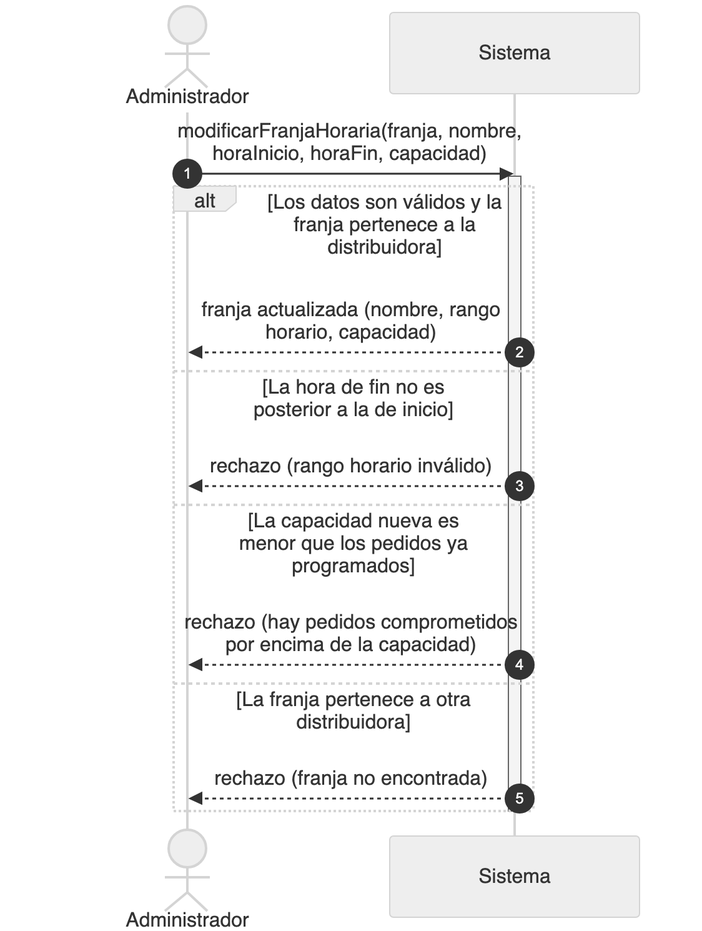
Above: diagramas/png/DSS_CU-043_Modificar-Capacidad-De-Franja-Horaria.png in Nahuelito-Dev/splg-docs (Mermaid), before the change. Its source is kept beside it as diagramas/DSS_CU-043_Modificar-Capacidad-De-Franja-Horaria.mmd. Source of this version:
```mermaid
sequenceDiagram
    title DSS — CU-043 Modificar Capacidad De Franja Horaria
    autonumber
    actor ADM as Administrador
    participant SIS as Sistema

    ADM->>SIS: modificarFranjaHoraria(franja, nombre, horaInicio, horaFin, capacidad)
    activate SIS
    alt Los datos son válidos y la franja pertenece a la distribuidora
        SIS-->>ADM: franja actualizada (nombre, rango horario, capacidad)
    else La hora de fin no es posterior a la de inicio
        SIS-->>ADM: rechazo (rango horario inválido)
    else La capacidad nueva es menor que los pedidos ya programados
        SIS-->>ADM: rechazo (hay pedidos comprometidos por encima de la capacidad)
    else La franja pertenece a otra distribuidora
        SIS-->>ADM: rechazo (franja no encontrada)
    end
    deactivate SIS
```
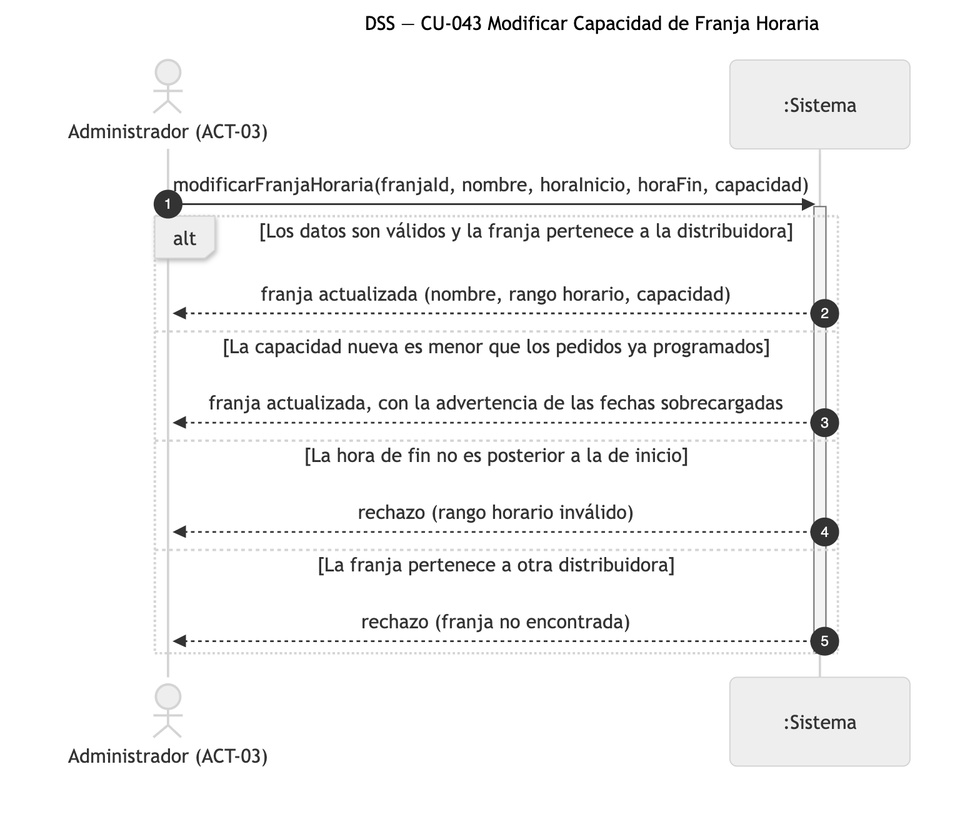
After the change.

What changed in the source:
```diff
@@ -1,17 +1,17 @@
 sequenceDiagram
-    title DSS — CU-043 Modificar Capacidad De Franja Horaria
+    title DSS — CU-043 Modificar Capacidad de Franja Horaria
     autonumber
-    actor ADM as Administrador
-    participant SIS as Sistema
+    actor ADM as Administrador (ACT-03)
+    participant SIS as :Sistema
 
-    ADM->>SIS: modificarFranjaHoraria(franja, nombre, horaInicio, horaFin, capacidad)
+    ADM->>SIS: modificarFranjaHoraria(franjaId, nombre, horaInicio, horaFin, capacidad)
     activate SIS
     alt Los datos son válidos y la franja pertenece a la distribuidora
         SIS-->>ADM: franja actualizada (nombre, rango horario, capacidad)
+    else La capacidad nueva es menor que los pedidos ya programados
+        SIS-->>ADM: franja actualizada, con la advertencia de las fechas sobrecargadas
     else La hora de fin no es posterior a la de inicio
         SIS-->>ADM: rechazo (rango horario inválido)
-    else La capacidad nueva es menor que los pedidos ya programados
-        SIS-->>ADM: rechazo (hay pedidos comprometidos por encima de la capacidad)
     else La franja pertenece a otra distribuidora
         SIS-->>ADM: rechazo (franja no encontrada)
     end
```
